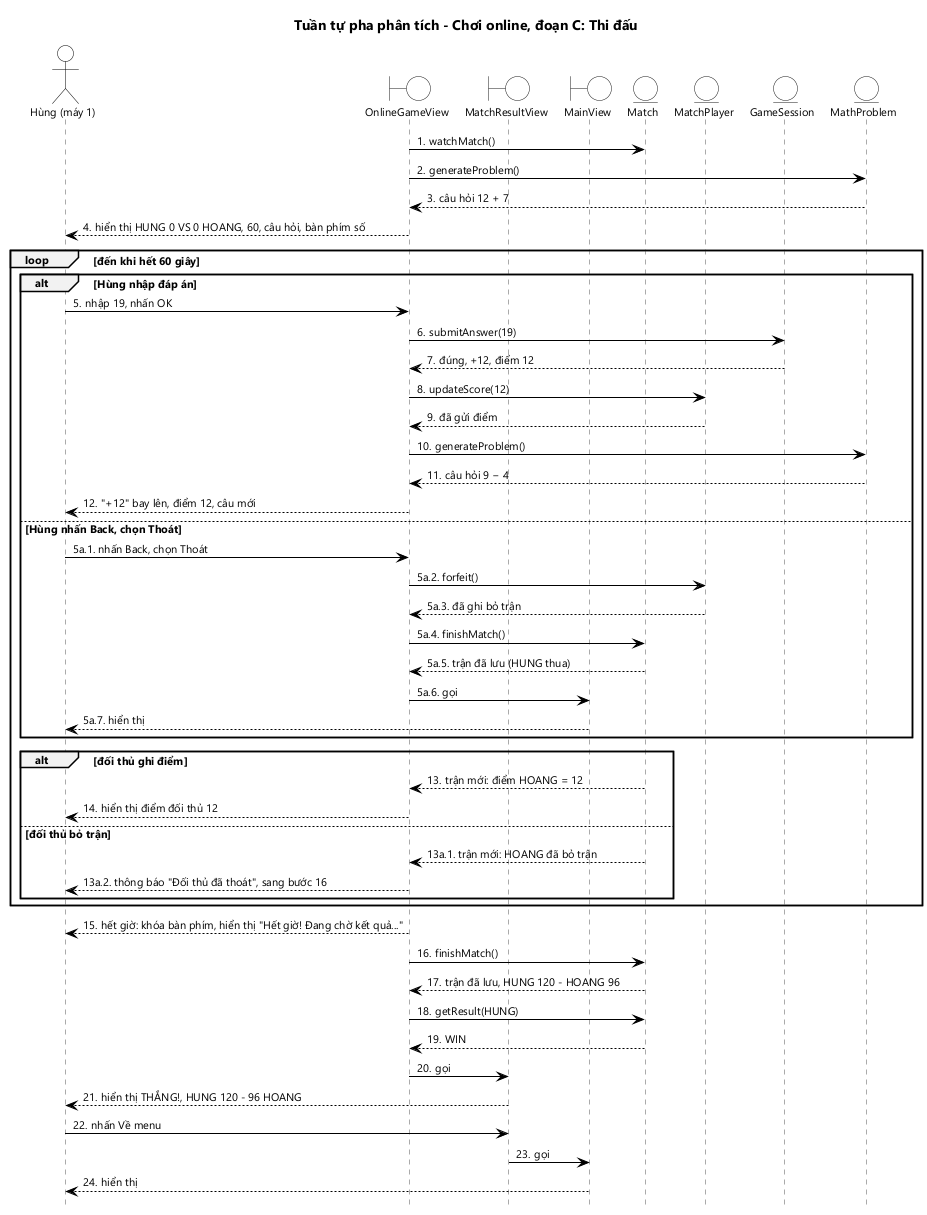
HungNguyenBa1811/math-dash keeps this PlantUML diagram as docs/hung/tuan-tu-phan-tich-uc05c.png. Above is the earlier version.
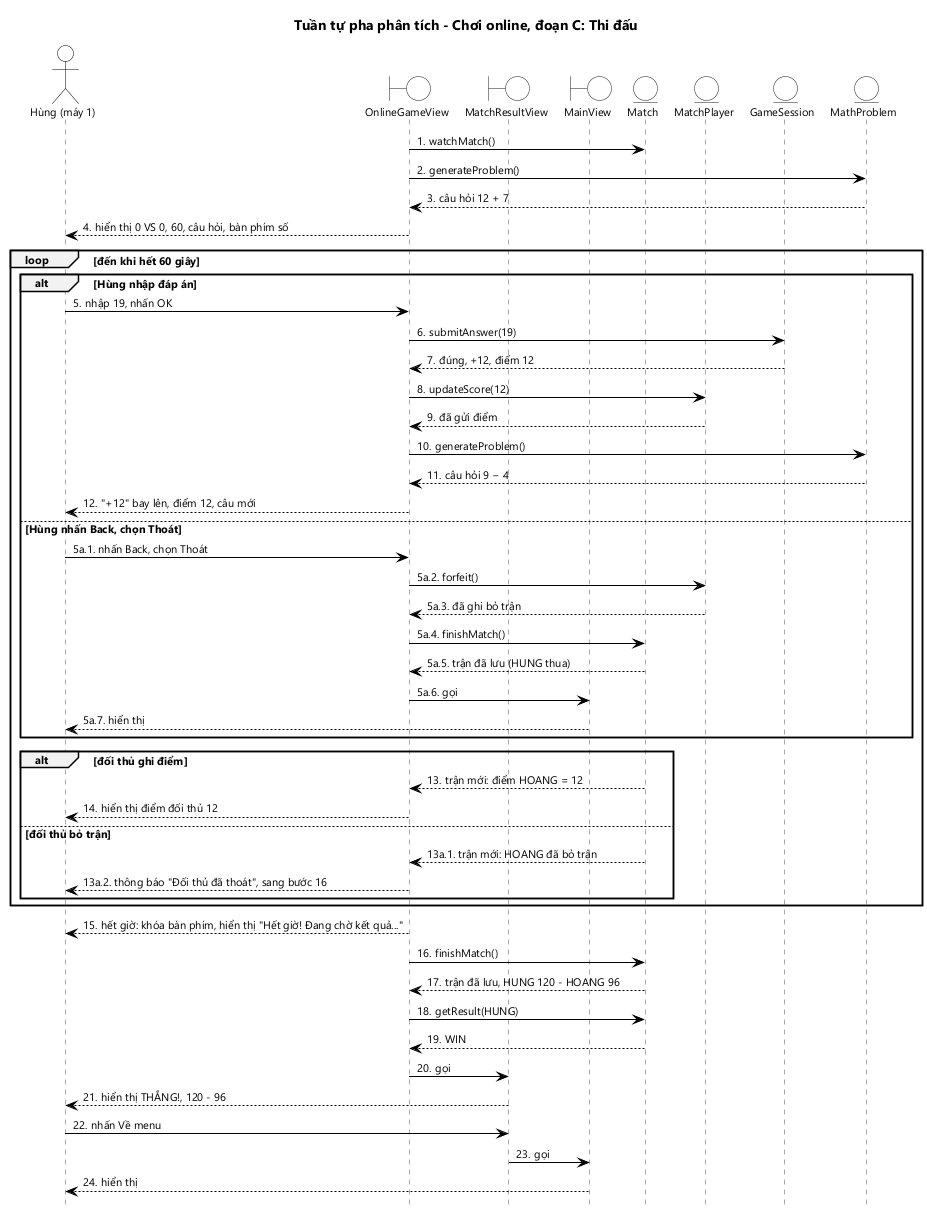
Later version of the same file.

Diff of the diagram source:
```diff
@@ -14,7 +14,7 @@
 GV -> M : watchMatch()
 GV -> MPr : generateProblem()
 MPr --> GV : câu hỏi 12 + 7
-GV --> U : hiển thị HUNG 0 VS 0 HOANG, 60, câu hỏi, bàn phím số
+GV --> U : hiển thị 0 VS 0, 60, câu hỏi, bàn phím số
 loop đến khi hết 60 giây
   alt Hùng nhập đáp án
     U -> GV : nhập 19, nhấn OK
@@ -52,7 +52,7 @@
 GV -> M : getResult(HUNG)
 M --> GV : WIN
 GV -> RV : gọi
-RV --> U : hiển thị THẮNG!, HUNG 120 - 96 HOANG
+RV --> U : hiển thị THẮNG!, 120 - 96
 U -> RV : nhấn Về menu
 RV -> MV : gọi
 MV --> U : hiển thị
```
